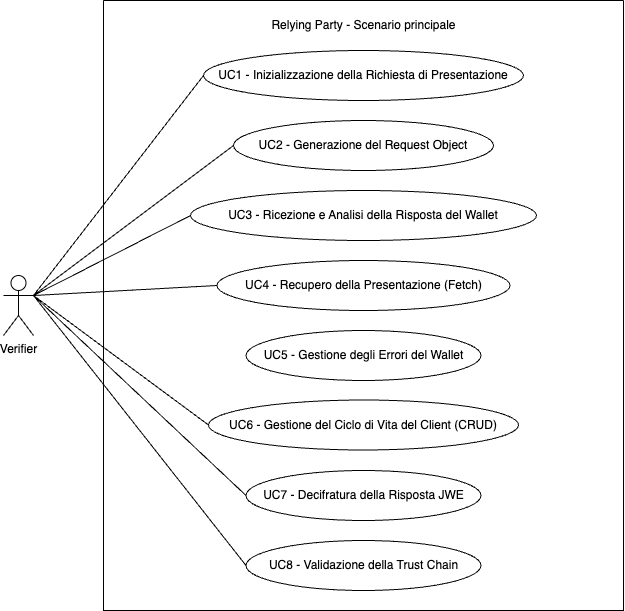
Above: immagini/usecase/UC-Scenario Principale.png in andreamasiero1/Tesi (draw.io), before the change. Source tidied: cells renumbered, new cells last; positions are measured from the earlier drawing's top-left corner, leaving out a move shared by most shapes.
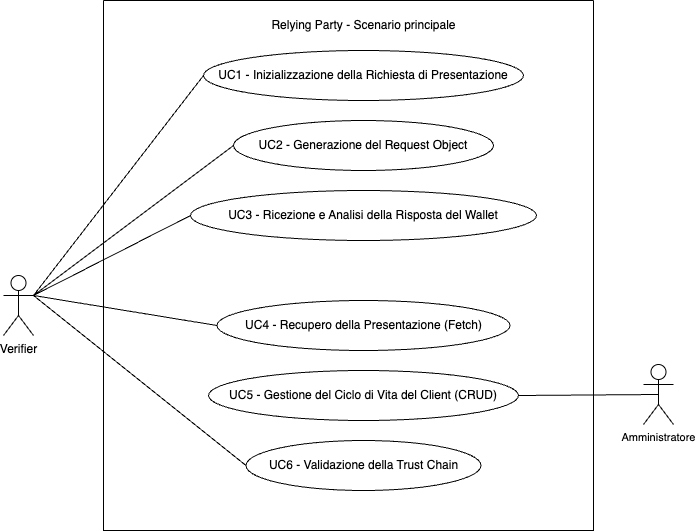
The same diagram one commit later.

Diff of the diagram source:
```diff
@@ -3,7 +3,7 @@
     <mxCell id="0" />
     <mxCell id="1" parent="0" />
     <mxCell id="2" style="swimlane;startSize=0;" parent="1" vertex="1">
-      <mxGeometry x="100" width="520" height="610" as="geometry" />
+      <mxGeometry x="100" width="490" height="530" as="geometry" />
     </mxCell>
     <mxCell id="3" value="Relying Party - Scenario principale" style="text;html=1;align=center;verticalAlign=middle;strokeColor=none;fillColor=none;" parent="2" vertex="1">
       <mxGeometry x="155" y="10" width="210" height="30" as="geometry" />
@@ -18,19 +18,13 @@
       <mxGeometry x="87" y="190" width="346" height="50" as="geometry" />
     </mxCell>
     <mxCell id="7" value="UC4 - Recupero della Presentazione (Fetch)" style="ellipse;whiteSpace=wrap;html=1;" parent="2" vertex="1">
-      <mxGeometry x="113.5" y="260" width="293" height="50" as="geometry" />
+      <mxGeometry x="113.5" y="300" width="293" height="50" as="geometry" />
     </mxCell>
-    <mxCell id="8" value="UC5 - Gestione degli Errori del Wallet" style="ellipse;whiteSpace=wrap;html=1;" parent="2" vertex="1">
-      <mxGeometry x="142.5" y="330" width="235" height="50" as="geometry" />
-    </mxCell>
-    <mxCell id="9" value="UC6 - Gestione del Ciclo di Vita del Client (CRUD)" style="ellipse;whiteSpace=wrap;html=1;" parent="2" vertex="1">
-      <mxGeometry x="105" y="399.5" width="310" height="50" as="geometry" />
+    <mxCell id="9" value="UC5 - Gestione del Ciclo di Vita del Client (CRUD)" style="ellipse;whiteSpace=wrap;html=1;" parent="2" vertex="1">
+      <mxGeometry x="105" y="370" width="310" height="50" as="geometry" />
     </mxCell>
-    <mxCell id="10" value="UC7 - Decifratura della Risposta JWE" style="ellipse;whiteSpace=wrap;html=1;" parent="2" vertex="1">
-      <mxGeometry x="142.5" y="470" width="235" height="50" as="geometry" />
-    </mxCell>
-    <mxCell id="11" value="UC8&lt;span style=&quot;background-color: transparent; color: light-dark(rgb(0, 0, 0), rgb(255, 255, 255));&quot;&gt;&amp;nbsp;-&amp;nbsp;&lt;/span&gt;Validazione della Trust Chain" style="ellipse;whiteSpace=wrap;html=1;" parent="2" vertex="1">
-      <mxGeometry x="142.5" y="540" width="235" height="50" as="geometry" />
+    <mxCell id="11" value="UC6&lt;span style=&quot;background-color: transparent; color: light-dark(rgb(0, 0, 0), rgb(255, 255, 255));&quot;&gt;&amp;nbsp;-&amp;nbsp;&lt;/span&gt;Validazione della Trust Chain" style="ellipse;whiteSpace=wrap;html=1;" parent="2" vertex="1">
+      <mxGeometry x="142.5" y="440" width="235" height="50" as="geometry" />
     </mxCell>
     <mxCell id="12" value="Verifier" style="shape=umlActor;verticalLabelPosition=bottom;verticalAlign=top;html=1;outlineConnect=0;" parent="1" vertex="1">
       <mxGeometry y="275" width="30" height="60" as="geometry" />
@@ -44,17 +38,17 @@
     <mxCell id="15" style="edgeStyle=none;shape=connector;rounded=0;jettySize=auto;html=1;exitX=0;exitY=0.5;exitDx=0;exitDy=0;strokeColor=default;align=center;verticalAlign=middle;fontFamily=Helvetica;fontSize=11;fontColor=default;labelBackgroundColor=default;startFill=0;endArrow=none;entryX=1;entryY=0.3333333333333333;entryDx=0;entryDy=0;entryPerimeter=0;" parent="1" edge="1" source="7" target="12">
       <mxGeometry relative="1" as="geometry" />
     </mxCell>
-    <mxCell id="16" style="edgeStyle=none;shape=connector;rounded=0;jettySize=auto;html=1;exitX=0;exitY=0.5;exitDx=0;exitDy=0;entryX=1;entryY=0.3333333333333333;entryDx=0;entryDy=0;entryPerimeter=0;strokeColor=default;align=center;verticalAlign=middle;fontFamily=Helvetica;fontSize=11;fontColor=default;labelBackgroundColor=default;startFill=0;endArrow=none;" parent="1" edge="1" source="9" target="12">
-      <mxGeometry relative="1" as="geometry" />
-    </mxCell>
-    <mxCell id="17" style="edgeStyle=none;shape=connector;rounded=0;jettySize=auto;html=1;exitX=0;exitY=0.5;exitDx=0;exitDy=0;strokeColor=default;align=center;verticalAlign=middle;fontFamily=Helvetica;fontSize=11;fontColor=default;labelBackgroundColor=default;startFill=0;endArrow=none;entryX=1;entryY=0.3333333333333333;entryDx=0;entryDy=0;entryPerimeter=0;" parent="1" edge="1" source="10" target="12">
-      <mxGeometry relative="1" as="geometry" />
-    </mxCell>
     <mxCell id="18" style="edgeStyle=none;shape=connector;rounded=0;jettySize=auto;html=1;exitX=0;exitY=0.5;exitDx=0;exitDy=0;entryX=1;entryY=0.3333333333333333;entryDx=0;entryDy=0;entryPerimeter=0;strokeColor=default;align=center;verticalAlign=middle;fontFamily=Helvetica;fontSize=11;fontColor=default;labelBackgroundColor=default;startFill=0;endArrow=none;" parent="1" edge="1" source="11" target="12">
       <mxGeometry relative="1" as="geometry" />
     </mxCell>
     <mxCell id="19" style="edgeStyle=none;shape=connector;rounded=0;jettySize=auto;html=1;exitX=0;exitY=0.5;exitDx=0;exitDy=0;entryX=1;entryY=0.3333333333333333;entryDx=0;entryDy=0;entryPerimeter=0;strokeColor=default;align=center;verticalAlign=middle;fontFamily=Helvetica;fontSize=11;fontColor=default;labelBackgroundColor=default;startFill=0;endArrow=none;" parent="1" edge="1" source="4" target="12">
       <mxGeometry relative="1" as="geometry" />
     </mxCell>
+    <mxCell id="20" style="edgeStyle=none;shape=connector;rounded=0;jettySize=auto;html=1;exitX=0.5;exitY=0.5;exitDx=0;exitDy=0;exitPerimeter=0;entryX=1;entryY=0.5;entryDx=0;entryDy=0;strokeColor=default;align=center;verticalAlign=middle;fontFamily=Helvetica;fontSize=11;fontColor=default;labelBackgroundColor=default;startFill=0;endArrow=none;" parent="1" edge="1" source="21" target="9">
+      <mxGeometry relative="1" as="geometry" />
+    </mxCell>
+    <mxCell id="21" value="Amministratore" style="shape=umlActor;verticalLabelPosition=bottom;verticalAlign=top;html=1;outlineConnect=0;fontFamily=Helvetica;fontSize=11;fontColor=default;labelBackgroundColor=default;" parent="1" vertex="1">
+      <mxGeometry x="640" y="364" width="30" height="60" as="geometry" />
+    </mxCell>
   </root>
 </mxGraphModel>
```
